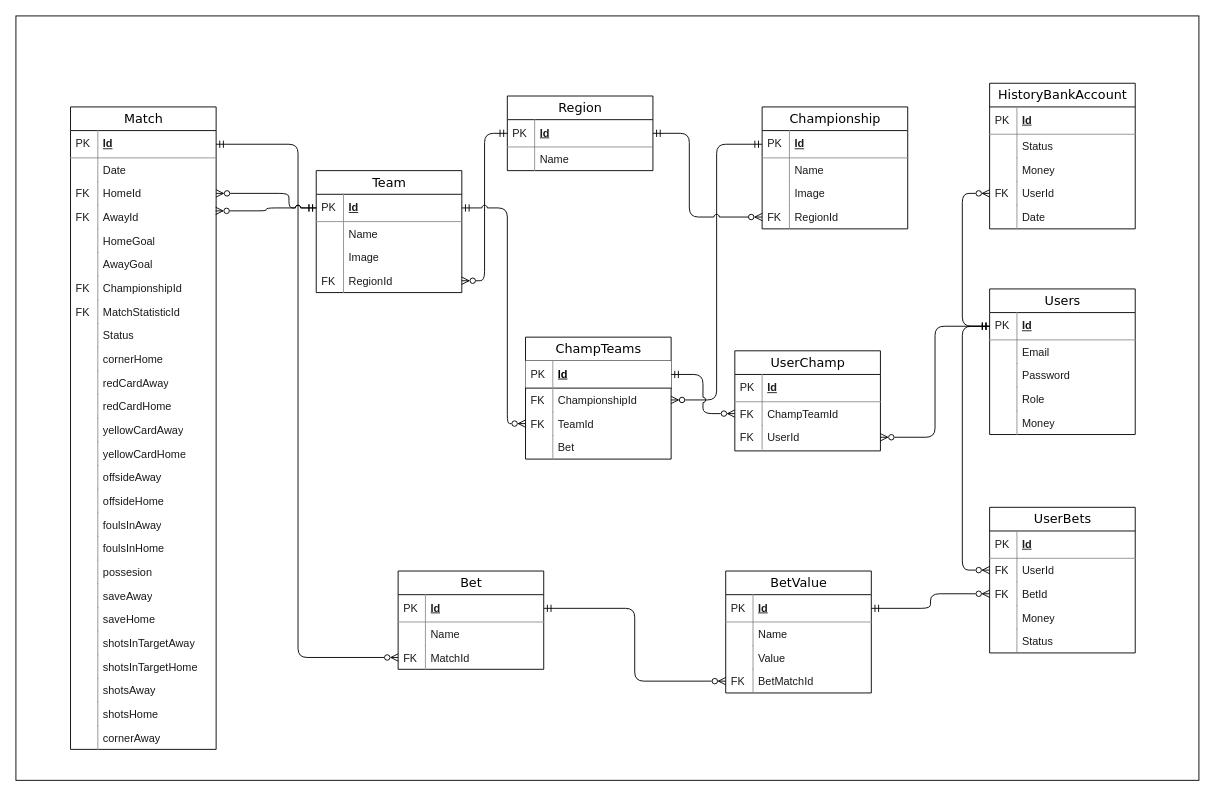
Before: page "Page-1" (1 of 5) of database_example.drawio in jk2911/diplom, a draw.io diagram. Source tidied: cells renumbered, new cells numbered last; positions are measured from the earlier drawing's top-left corner, leaving out a move shared by most shapes. Both pictures are drawn from the tidied source at 91%, with x=0, y=0 at pixel (15, 15).
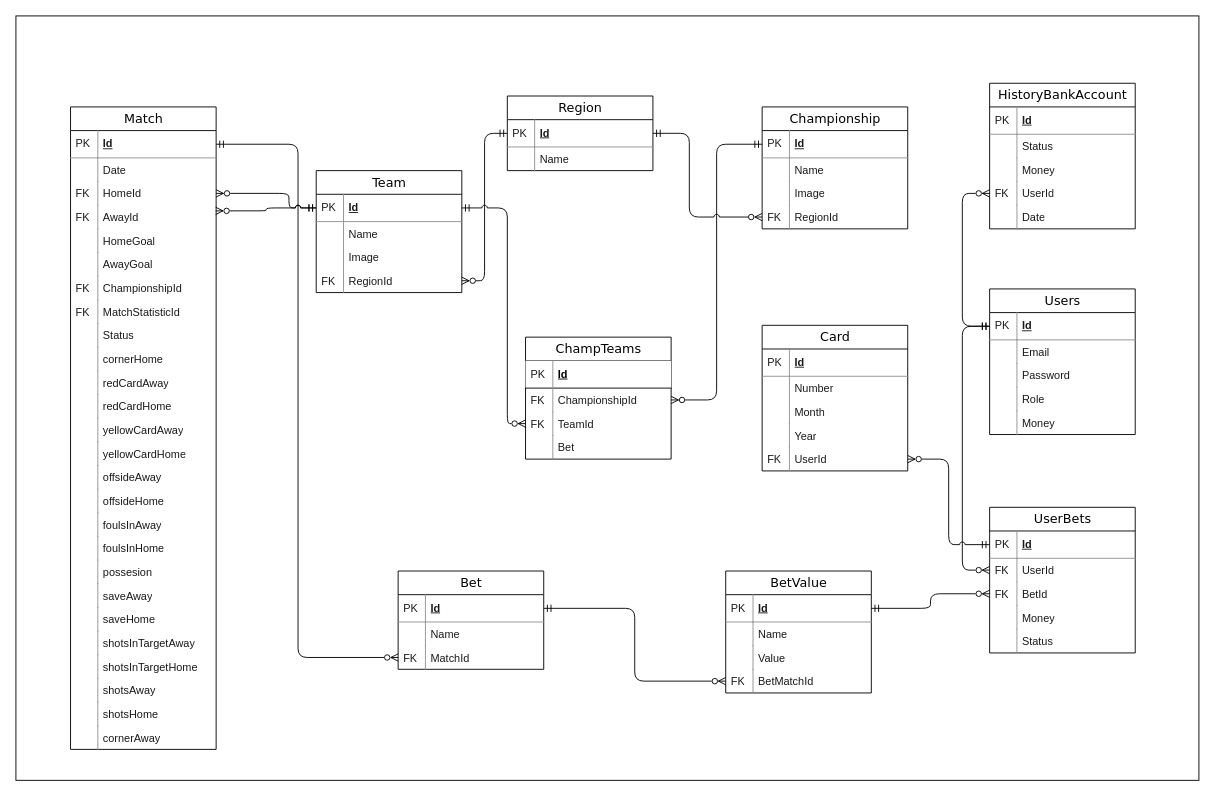
After the change.

Commit message (it also covers changes not shown here):
update database diagram

Unchanged cells that the change refers to:
```xml
<mxCell id="72" value="Id" style="shape=partialRectangle;top=0;left=0;right=0;bottom=1;html=1;align=left;verticalAlign=middle;spacingLeft=34;spacingRight=4;whiteSpace=wrap;overflow=hidden;points=[[0,0.5],[1,0.5]];portConstraint=eastwest;fontStyle=5;" parent="71" vertex="1">
  <mxGeometry y="26" width="160" height="30" as="geometry" />
</mxCell>
<mxCell id="111" value="Id" style="shape=partialRectangle;top=0;left=0;right=0;bottom=1;html=1;align=left;verticalAlign=middle;fillColor=none;spacingLeft=34;spacingRight=4;whiteSpace=wrap;overflow=hidden;points=[[0,0.5],[1,0.5]];portConstraint=eastwest;fontStyle=5;strokeColor=#909090;fontColor=#1A1A1A;" parent="110" vertex="1">
  <mxGeometry y="26" width="160" height="30" as="geometry" />
</mxCell>
<mxCell id="122" value="Id" style="shape=partialRectangle;top=0;left=0;right=0;bottom=1;html=1;align=left;verticalAlign=middle;fillColor=none;spacingLeft=34;spacingRight=4;whiteSpace=wrap;overflow=hidden;points=[[0,0.5],[1,0.5]];portConstraint=eastwest;fontStyle=5;strokeColor=#909090;fontColor=#1A1A1A;" parent="121" vertex="1">
  <mxGeometry y="26" width="160" height="30" as="geometry" />
</mxCell>
```

Diff of the diagram source:
```diff
@@
-    <mxCell id="91" value="UserChamp" style="swimlane;html=1;fontStyle=0;horizontal=1;startSize=26;swimlaneFillColor=#ffffff;align=center;rounded=0;shadow=0;comic=0;labelBackgroundColor=none;strokeWidth=1;fontFamily=Verdana;fontSize=14;" parent="1" vertex="1">
-      <mxGeometry x="790" y="368" width="160" height="110" as="geometry" />
-    </mxCell>
-    <mxCell id="92" value="Id" style="shape=partialRectangle;top=0;left=0;right=0;bottom=1;html=1;align=left;verticalAlign=middle;fillColor=none;spacingLeft=34;spacingRight=4;whiteSpace=wrap;overflow=hidden;fontStyle=5;strokeColor=#909090;fontColor=#1A1A1A;" parent="91" vertex="1">
-      <mxGeometry y="26" width="160" height="30" as="geometry" />
-    </mxCell>
-    <mxCell id="93" value="PK" style="shape=partialRectangle;top=0;left=0;bottom=0;html=1;fillColor=none;align=left;verticalAlign=middle;spacingLeft=4;spacingRight=4;whiteSpace=wrap;overflow=hidden;strokeColor=#909090;fontColor=#1A1A1A;" parent="92" vertex="1">
-      <mxGeometry width="30" height="30" as="geometry" />
-    </mxCell>
-    <mxCell id="94" value="ChampTeamId" style="shape=partialRectangle;top=0;left=0;right=0;bottom=0;html=1;align=left;verticalAlign=top;fillColor=none;spacingLeft=34;spacingRight=4;whiteSpace=wrap;overflow=hidden;points=[[0,0.5],[1,0.5]];portConstraint=eastwest;strokeColor=#909090;fontColor=#1A1A1A;" parent="91" vertex="1">
-      <mxGeometry y="56" width="160" height="26" as="geometry" />
-    </mxCell>
-    <mxCell id="95" value="FK" style="shape=partialRectangle;top=0;left=0;bottom=0;html=1;fillColor=none;align=left;verticalAlign=top;spacingLeft=4;spacingRight=4;whiteSpace=wrap;overflow=hidden;strokeColor=#909090;fontColor=#1A1A1A;" parent="94" vertex="1">
-      <mxGeometry width="30" height="26" as="geometry" />
-    </mxCell>
-    <mxCell id="96" value="UserId" style="shape=partialRectangle;top=0;left=0;right=0;bottom=0;html=1;align=left;verticalAlign=top;fillColor=none;spacingLeft=34;spacingRight=4;whiteSpace=wrap;overflow=hidden;points=[[0,0.5],[1,0.5]];portConstraint=eastwest;strokeColor=#909090;fontColor=#1A1A1A;" parent="91" vertex="1">
-      <mxGeometry y="82" width="160" height="26" as="geometry" />
-    </mxCell>
-    <mxCell id="97" value="FK" style="shape=partialRectangle;top=0;left=0;bottom=0;html=1;fillColor=none;align=left;verticalAlign=top;spacingLeft=4;spacingRight=4;whiteSpace=wrap;overflow=hidden;strokeColor=#909090;fontColor=#1A1A1A;" parent="96" vertex="1">
-      <mxGeometry width="30" height="26" as="geometry" />
-    </mxCell>
-    <mxCell id="98" style="edgeStyle=orthogonalEdgeStyle;rounded=1;jettySize=auto;html=1;exitX=0;exitY=0.5;exitDx=0;exitDy=0;entryX=1;entryY=0.5;entryDx=0;entryDy=0;startArrow=ERzeroToMany;startFill=0;endArrow=ERmandOne;endFill=0;jumpStyle=arc;" parent="1" edge="1" source="94" target="72">
-      <mxGeometry relative="1" as="geometry" />
-    </mxCell>
@@
-    <mxCell id="152" style="edgeStyle=orthogonalEdgeStyle;rounded=1;jettySize=auto;html=1;exitX=1;exitY=0.5;exitDx=0;exitDy=0;entryX=0;entryY=0.5;entryDx=0;entryDy=0;endArrow=ERmandOne;endFill=0;startArrow=ERzeroToMany;startFill=0;" parent="1" edge="1" source="96" target="111">
-      <mxGeometry relative="1" as="geometry" />
-    </mxCell>
@@
+    <mxCell id="157" value="Card" style="swimlane;html=1;fontStyle=0;horizontal=1;startSize=26;swimlaneFillColor=#ffffff;align=center;rounded=0;shadow=0;comic=0;labelBackgroundColor=none;strokeWidth=1;fontFamily=Verdana;fontSize=14;" parent="1" vertex="1">
+      <mxGeometry x="820" y="340" width="160" height="160" as="geometry" />
+    </mxCell>
+    <mxCell id="92" value="Id" style="shape=partialRectangle;top=0;left=0;right=0;bottom=1;html=1;align=left;verticalAlign=middle;fillColor=none;spacingLeft=34;spacingRight=4;whiteSpace=wrap;overflow=hidden;fontStyle=5;strokeColor=#909090;fontColor=#1A1A1A;" parent="157" vertex="1">
+      <mxGeometry y="26" width="160" height="30" as="geometry" />
+    </mxCell>
+    <mxCell id="93" value="PK" style="shape=partialRectangle;top=0;left=0;bottom=0;html=1;fillColor=none;align=left;verticalAlign=middle;spacingLeft=4;spacingRight=4;whiteSpace=wrap;overflow=hidden;strokeColor=#909090;fontColor=#1A1A1A;" parent="92" vertex="1">
+      <mxGeometry width="30" height="30" as="geometry" />
+    </mxCell>
+    <mxCell id="158" value="Number" style="shape=partialRectangle;top=0;left=0;right=0;bottom=0;html=1;align=left;verticalAlign=top;fillColor=none;spacingLeft=34;spacingRight=4;whiteSpace=wrap;overflow=hidden;strokeColor=#909090;fontColor=#1A1A1A;" parent="157" vertex="1">
+      <mxGeometry y="56" width="160" height="26" as="geometry" />
+    </mxCell>
+    <mxCell id="159" style="shape=partialRectangle;top=0;left=0;bottom=0;html=1;fillColor=none;align=left;verticalAlign=top;spacingLeft=4;spacingRight=4;whiteSpace=wrap;overflow=hidden;strokeColor=#909090;fontColor=#1A1A1A;" parent="158" vertex="1">
+      <mxGeometry width="30" height="26" as="geometry" />
+    </mxCell>
+    <mxCell id="160" value="Month" style="shape=partialRectangle;top=0;left=0;right=0;bottom=0;html=1;align=left;verticalAlign=top;fillColor=none;spacingLeft=34;spacingRight=4;whiteSpace=wrap;overflow=hidden;strokeColor=#909090;fontColor=#1A1A1A;" parent="157" vertex="1">
+      <mxGeometry y="82" width="160" height="26" as="geometry" />
+    </mxCell>
+    <mxCell id="161" style="shape=partialRectangle;top=0;left=0;bottom=0;html=1;fillColor=none;align=left;verticalAlign=top;spacingLeft=4;spacingRight=4;whiteSpace=wrap;overflow=hidden;strokeColor=#909090;fontColor=#1A1A1A;" parent="160" vertex="1">
+      <mxGeometry width="30" height="26" as="geometry" />
+    </mxCell>
+    <mxCell id="162" value="Year" style="shape=partialRectangle;top=0;left=0;right=0;bottom=0;html=1;align=left;verticalAlign=top;fillColor=none;spacingLeft=34;spacingRight=4;whiteSpace=wrap;overflow=hidden;strokeColor=#909090;fontColor=#1A1A1A;" parent="157" vertex="1">
+      <mxGeometry y="108" width="160" height="26" as="geometry" />
+    </mxCell>
+    <mxCell id="163" style="shape=partialRectangle;top=0;left=0;bottom=0;html=1;fillColor=none;align=left;verticalAlign=top;spacingLeft=4;spacingRight=4;whiteSpace=wrap;overflow=hidden;strokeColor=#909090;fontColor=#1A1A1A;" parent="162" vertex="1">
+      <mxGeometry width="30" height="26" as="geometry" />
+    </mxCell>
+    <mxCell id="96" value="UserId" style="shape=partialRectangle;top=0;left=0;right=0;bottom=0;html=1;align=left;verticalAlign=top;fillColor=none;spacingLeft=34;spacingRight=4;whiteSpace=wrap;overflow=hidden;points=[[0,0.5],[1,0.5]];portConstraint=eastwest;strokeColor=#909090;fontColor=#1A1A1A;" parent="157" vertex="1">
+      <mxGeometry y="134" width="160" height="26" as="geometry" />
+    </mxCell>
+    <mxCell id="164" value="FK" style="shape=partialRectangle;top=0;left=0;bottom=0;html=1;fillColor=none;align=left;verticalAlign=top;spacingLeft=4;spacingRight=4;whiteSpace=wrap;overflow=hidden;strokeColor=#909090;fontColor=#1A1A1A;" parent="96" vertex="1">
+      <mxGeometry width="30" height="26" as="geometry" />
+    </mxCell>
+    <mxCell id="165" style="edgeStyle=orthogonalEdgeStyle;rounded=1;jettySize=auto;html=1;exitX=1;exitY=0.5;exitDx=0;exitDy=0;entryX=0;entryY=0.5;entryDx=0;entryDy=0;startArrow=ERzeroToMany;startFill=0;endArrow=ERmandOne;endFill=0;jumpStyle=arc;" parent="1" edge="1" source="96" target="122">
+      <mxGeometry relative="1" as="geometry" />
+    </mxCell>
```
